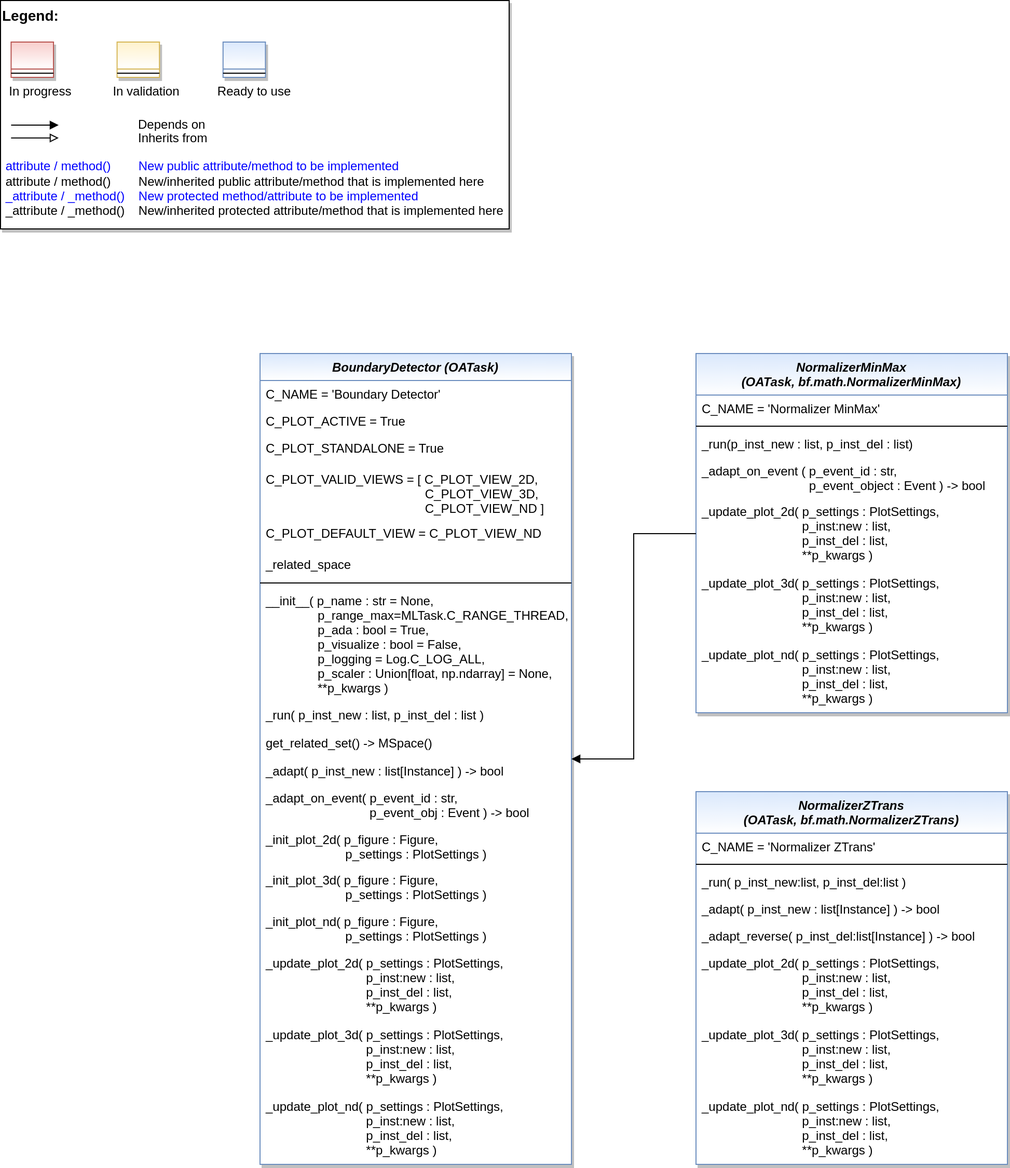
This is doc/rtd/content/04_appendices/appendix2/sub/core/mlpro_oa/streams/tasks/images/MLPro-OA-Preprocessing-Tasks_class_diagram.drawio.png from fhswf/MLPro, a draw.io export, as it was before one commit. Source tidied: cells renumbered, new cells last; positions are measured from the earlier drawing's top-left corner, leaving out a move shared by most shapes.
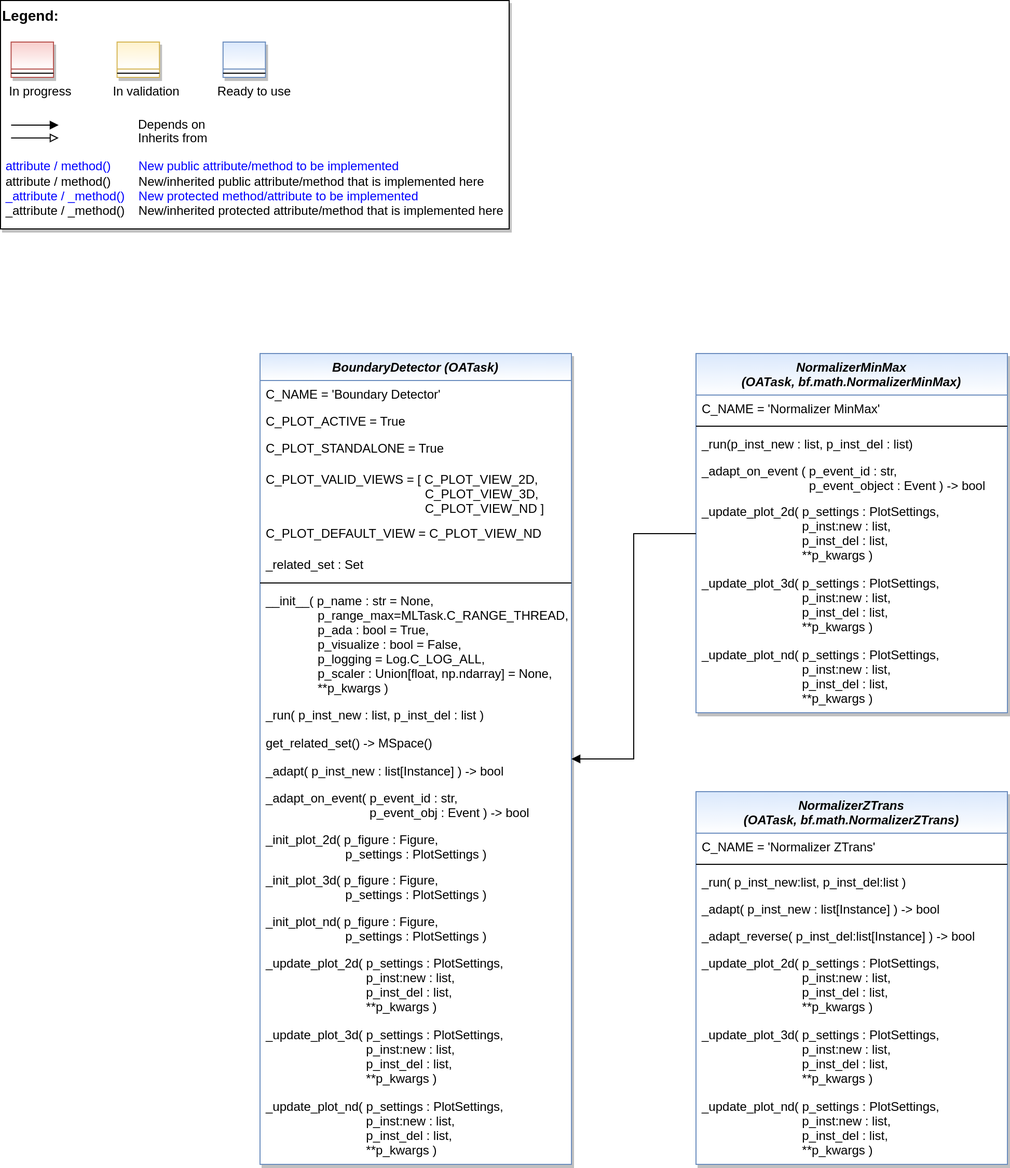
Later version of the same file.

Commit message:
updates on class diagrams

The edit, as a diff of the source:
```diff
@@ -61,7 +61,7 @@
     <mxCell id="17" value="C_PLOT_DEFAULT_VIEW = C_PLOT_VIEW_ND" style="text;align=left;verticalAlign=top;spacingLeft=4;spacingRight=4;overflow=hidden;fontColor=default;" parent="12" vertex="1">
       <mxGeometry y="160" width="300" height="30" as="geometry" />
     </mxCell>
-    <mxCell id="18" value="_related_space" style="text;align=left;verticalAlign=top;spacingLeft=4;spacingRight=4;overflow=hidden;fontColor=default;" parent="12" vertex="1">
+    <mxCell id="18" value="_related_set : Set" style="text;align=left;verticalAlign=top;spacingLeft=4;spacingRight=4;overflow=hidden;fontColor=default;" parent="12" vertex="1">
       <mxGeometry y="190" width="300" height="27" as="geometry" />
     </mxCell>
     <mxCell id="19" style="line;html=1;strokeWidth=1;align=left;verticalAlign=middle;spacingTop=-1;spacingLeft=3;spacingRight=3;labelPosition=right;" parent="12" vertex="1">
```
